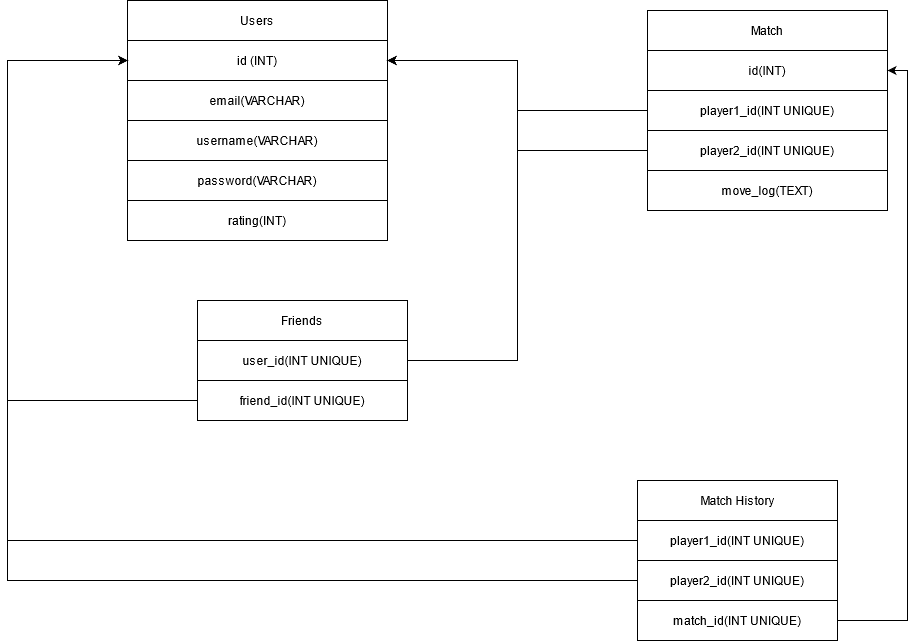
The draw.io diagram Chess Database Diagram.png in lojokun/ChessME, before a commit. Source tidied: cells renumbered, new cells last; positions are measured from the earlier drawing's top-left corner, leaving out a move shared by most shapes.
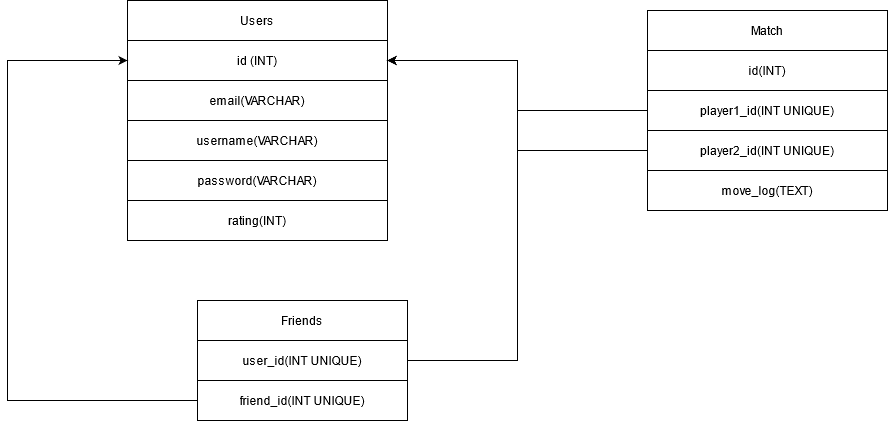
Above is the later version.

Change to the diagram source:
```diff
@@ -74,44 +74,6 @@
     <mxCell id="25" value="move_log(TEXT)" style="shape=partialRectangle;html=1;whiteSpace=wrap;overflow=hidden;fillColor=none;top=0;left=0;bottom=0;right=0;" parent="24" vertex="1">
       <mxGeometry width="240" height="40" as="geometry" />
     </mxCell>
-    <mxCell id="26" style="shape=table;html=1;whiteSpace=wrap;startSize=0;" parent="1" vertex="1">
-      <mxGeometry x="630" y="480" width="200" height="160" as="geometry" />
-    </mxCell>
-    <mxCell id="27" style="shape=partialRectangle;html=1;whiteSpace=wrap;fillColor=none;top=0;left=0;bottom=0;right=0;" parent="26" vertex="1">
-      <mxGeometry width="200" height="40" as="geometry" />
-    </mxCell>
-    <mxCell id="28" value="Match History" style="shape=partialRectangle;html=1;whiteSpace=wrap;overflow=hidden;fillColor=none;top=0;left=0;bottom=0;right=0;" parent="27" vertex="1">
-      <mxGeometry width="200" height="40" as="geometry" />
-    </mxCell>
-    <mxCell id="29" style="shape=partialRectangle;html=1;whiteSpace=wrap;fillColor=none;top=0;left=0;bottom=0;right=0;points=[[0,0.5],[1,0.5]];portConstraint=eastwest;" parent="26" vertex="1">
-      <mxGeometry y="40" width="200" height="40" as="geometry" />
-    </mxCell>
-    <mxCell id="30" value="player1_id(INT UNIQUE)" style="shape=partialRectangle;html=1;whiteSpace=wrap;overflow=hidden;fillColor=none;top=0;left=0;bottom=0;right=0;" parent="29" vertex="1">
-      <mxGeometry width="200" height="40" as="geometry" />
-    </mxCell>
-    <mxCell id="31" style="shape=partialRectangle;html=1;whiteSpace=wrap;fillColor=none;top=0;left=0;bottom=0;right=0;points=[[0,0.5],[1,0.5]];portConstraint=eastwest;" parent="26" vertex="1">
-      <mxGeometry y="80" width="200" height="40" as="geometry" />
-    </mxCell>
-    <mxCell id="32" value="player2_id(INT UNIQUE)" style="shape=partialRectangle;html=1;whiteSpace=wrap;overflow=hidden;fillColor=none;top=0;left=0;bottom=0;right=0;" parent="31" vertex="1">
-      <mxGeometry width="200" height="40" as="geometry" />
-    </mxCell>
-    <mxCell id="33" style="shape=partialRectangle;html=1;whiteSpace=wrap;fillColor=none;top=0;left=0;bottom=0;right=0;points=[[0,0.5],[1,0.5]];portConstraint=eastwest;" parent="26" vertex="1">
-      <mxGeometry y="120" width="200" height="40" as="geometry" />
-    </mxCell>
-    <mxCell id="34" value="match_id(INT UNIQUE)" style="shape=partialRectangle;html=1;whiteSpace=wrap;overflow=hidden;fillColor=none;top=0;left=0;bottom=0;right=0;" parent="33" vertex="1">
-      <mxGeometry width="200" height="40" as="geometry" />
-    </mxCell>
-    <mxCell id="35" style="edgeStyle=orthogonalEdgeStyle;rounded=0;jettySize=auto;html=1;entryX=0;entryY=0.5;entryDx=0;entryDy=0;" parent="1" edge="1" source="29" target="5">
-      <mxGeometry relative="1" as="geometry">
-        <Array as="points">
-          <mxPoint y="540" />
-          <mxPoint y="60" />
-        </Array>
-      </mxGeometry>
-    </mxCell>
-    <mxCell id="36" style="edgeStyle=orthogonalEdgeStyle;rounded=0;jettySize=auto;html=1;entryX=1;entryY=0.5;entryDx=0;entryDy=0;" parent="1" edge="1" source="33" target="18">
-      <mxGeometry relative="1" as="geometry" />
-    </mxCell>
     <mxCell id="37" style="shape=table;html=1;whiteSpace=wrap;startSize=0;" parent="1" vertex="1">
       <mxGeometry x="190" y="300" width="210" height="120" as="geometry" />
     </mxCell>
@@ -133,14 +95,6 @@
     <mxCell id="43" value="friend_id(INT UNIQUE)" style="shape=partialRectangle;html=1;whiteSpace=wrap;overflow=hidden;fillColor=none;top=0;left=0;bottom=0;right=0;" parent="42" vertex="1">
       <mxGeometry width="210" height="40" as="geometry" />
     </mxCell>
-    <mxCell id="44" style="edgeStyle=orthogonalEdgeStyle;rounded=0;jettySize=auto;html=1;entryX=0;entryY=0.5;entryDx=0;entryDy=0;" parent="1" edge="1" source="31" target="5">
-      <mxGeometry relative="1" as="geometry">
-        <Array as="points">
-          <mxPoint y="580" />
-          <mxPoint y="60" />
-        </Array>
-      </mxGeometry>
-    </mxCell>
     <mxCell id="45" style="edgeStyle=orthogonalEdgeStyle;rounded=0;jettySize=auto;html=1;" parent="1" edge="1" source="22" target="5">
       <mxGeometry relative="1" as="geometry" />
     </mxCell>
```
